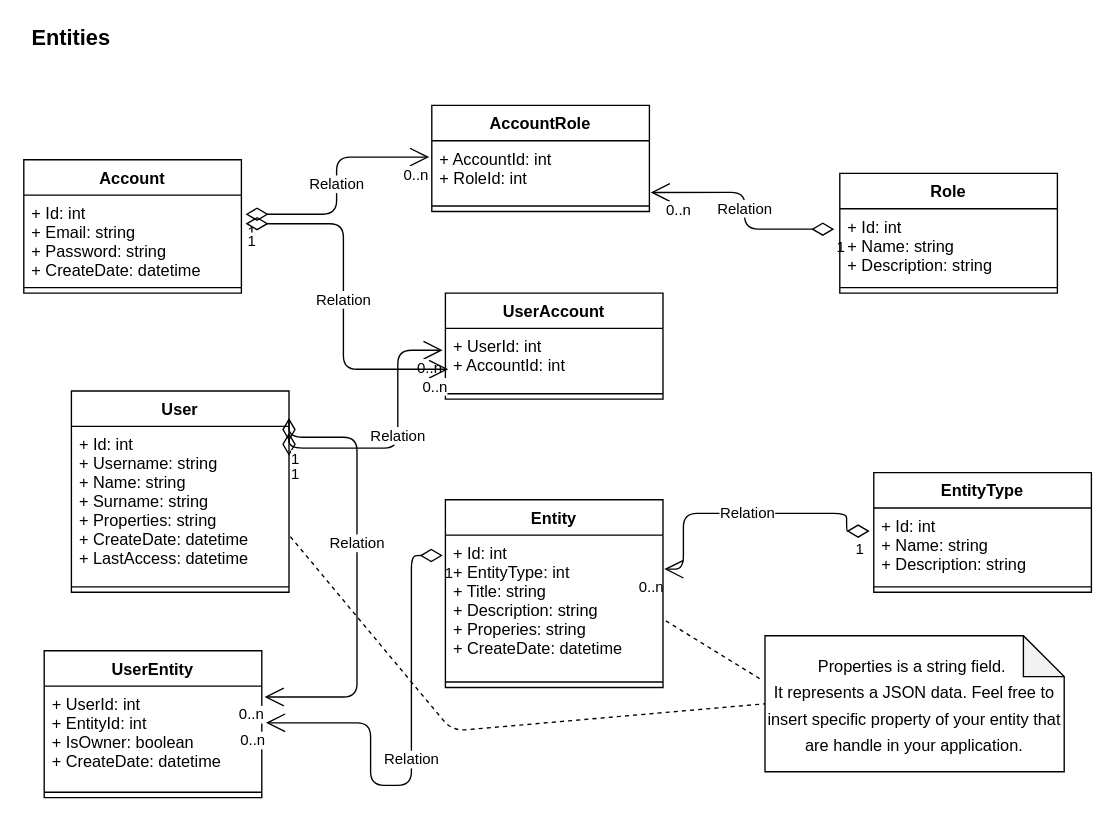
The draw.io diagram Project/Diagrams/entities.drawio in Magicianred/base-webapi-accounts-network, before the edit. Source tidied: cells renumbered, new cells numbered last; positions are measured from the earlier drawing's top-left corner, leaving out a move shared by most shapes. Both pictures are drawn from the tidied source at 136%, with x=0, y=0 at pixel (23, 23).
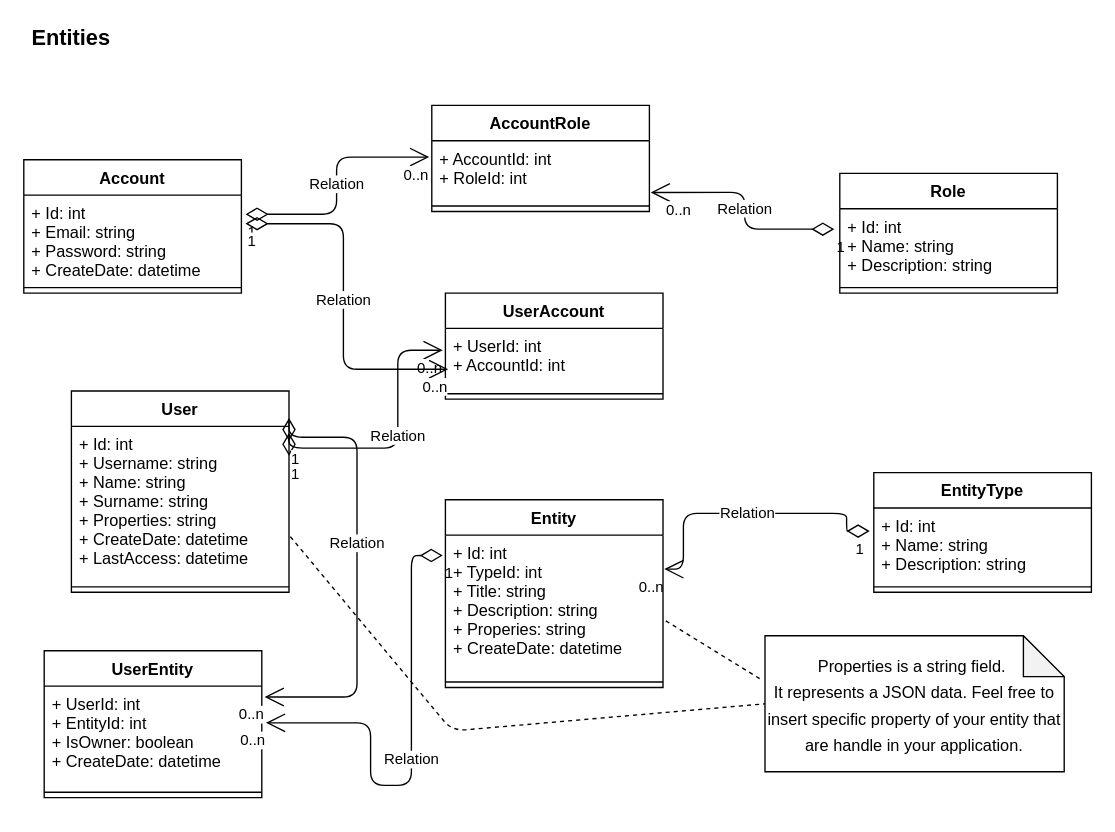
After the change.

The change refers to these unchanged cells:
```xml
<mxCell id="47" value="Entity" style="swimlane;fontStyle=1;align=center;verticalAlign=top;horizontal=1;startSize=26;" parent="1" vertex="1">
  <mxGeometry x="310" y="350" width="160" height="138" as="geometry" />
</mxCell>
```

Change to the diagram source:
```diff
@@
-    <mxCell id="48" value="+ Id: int&#10;+ EntityType: int&#10;+ Title: string&#10;+ Description: string&#10;+ Properies: string&#10;+ CreateDate: datetime" style="text;strokeColor=none;fillColor=none;align=left;verticalAlign=top;spacingLeft=4;spacingRight=4;overflow=hidden;points=[[0,0.5],[1,0.5]];portConstraint=eastwest;" parent="47" vertex="1">
+    <mxCell id="48" value="+ Id: int&#10;+ TypeId: int&#10;+ Title: string&#10;+ Description: string&#10;+ Properies: string&#10;+ CreateDate: datetime" style="text;strokeColor=none;fillColor=none;align=left;verticalAlign=top;spacingLeft=4;spacingRight=4;overflow=hidden;points=[[0,0.5],[1,0.5]];portConstraint=eastwest;" parent="47" vertex="1">
       <mxGeometry y="26" width="160" height="104" as="geometry" />
     </mxCell>
```
